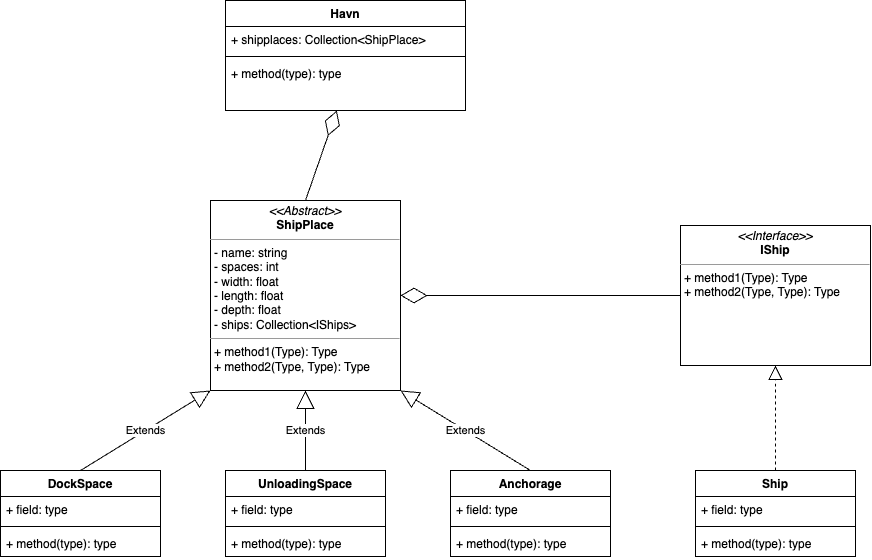
NET-og-Rammeverk-gruppe-MBFS/HavnAPI keeps this draw.io diagram as Untitled Diagram.drawio.png. Above is the earlier version. Source tidied: cells renumbered, new cells last; positions are measured from the earlier drawing's top-left corner, leaving out a move shared by most shapes.
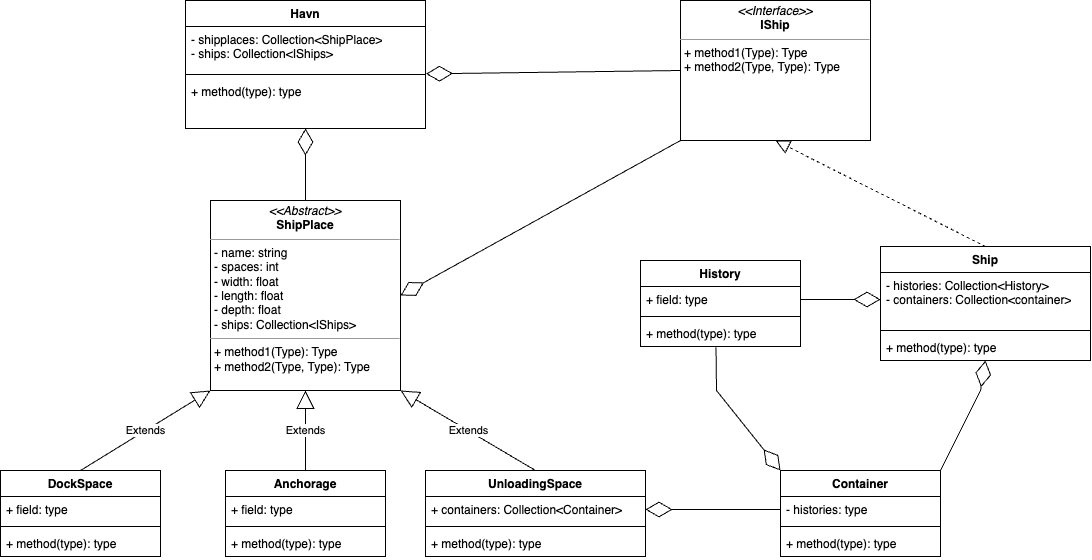
The same diagram one commit later.

Commit message:
La til flere klasser og variabler

What changed in the source:
```diff
@@ -3,19 +3,19 @@
     <mxCell id="0" />
     <mxCell id="1" parent="0" />
     <mxCell id="2" value="&lt;p style=&quot;margin:0px;margin-top:4px;text-align:center;&quot;&gt;&lt;i&gt;&amp;lt;&amp;lt;Interface&amp;gt;&amp;gt;&lt;/i&gt;&lt;br&gt;&lt;b&gt;IShip&lt;/b&gt;&lt;/p&gt;&lt;hr size=&quot;1&quot;&gt;&lt;p style=&quot;margin:0px;margin-left:4px;&quot;&gt;+ method1(Type): Type&lt;br&gt;+ method2(Type, Type): Type&lt;/p&gt;" style="verticalAlign=top;align=left;overflow=fill;fontSize=12;fontFamily=Helvetica;html=1;whiteSpace=wrap;" parent="1" vertex="1">
-      <mxGeometry x="680" y="225" width="190" height="140" as="geometry" />
+      <mxGeometry x="680" width="190" height="140" as="geometry" />
     </mxCell>
     <mxCell id="3" value="Ship" style="swimlane;fontStyle=1;align=center;verticalAlign=top;horizontal=1;startSize=26;whiteSpace=wrap;html=1;" parent="1" vertex="1">
-      <mxGeometry x="695" y="470" width="160" height="86" as="geometry" />
+      <mxGeometry x="880" y="246" width="210" height="114" as="geometry" />
     </mxCell>
-    <mxCell id="4" value="+ field: type" style="text;strokeColor=none;fillColor=none;align=left;verticalAlign=top;spacingLeft=4;spacingRight=4;overflow=hidden;points=[[0,0.5],[1,0.5]];portConstraint=eastwest;whiteSpace=wrap;html=1;" parent="3" vertex="1">
-      <mxGeometry y="26" width="160" height="26" as="geometry" />
+    <mxCell id="4" value="- histories: Collection&amp;lt;History&amp;gt;&lt;br&gt;- containers: Collection&amp;lt;container&amp;gt;" style="text;strokeColor=none;fillColor=none;align=left;verticalAlign=top;spacingLeft=4;spacingRight=4;overflow=hidden;points=[[0,0.5],[1,0.5]];portConstraint=eastwest;whiteSpace=wrap;html=1;" parent="3" vertex="1">
+      <mxGeometry y="26" width="210" height="54" as="geometry" />
     </mxCell>
     <mxCell id="5" style="line;strokeWidth=1;fillColor=none;align=left;verticalAlign=middle;spacingTop=-1;spacingLeft=3;spacingRight=3;labelPosition=right;strokeColor=inherit;" parent="3" vertex="1">
-      <mxGeometry y="52" width="160" height="8" as="geometry" />
+      <mxGeometry y="80" width="210" height="8" as="geometry" />
     </mxCell>
     <mxCell id="6" value="+ method(type): type" style="text;strokeColor=none;fillColor=none;align=left;verticalAlign=top;spacingLeft=4;spacingRight=4;overflow=hidden;whiteSpace=wrap;html=1;" parent="3" vertex="1">
-      <mxGeometry y="60" width="160" height="26" as="geometry" />
+      <mxGeometry y="88" width="210" height="26" as="geometry" />
     </mxCell>
     <mxCell id="7" style="endArrow=block;dashed=1;endFill=0;endSize=12;html=1;rounded=0;entryX=0.5;entryY=1;entryDx=0;entryDy=0;exitX=0.5;exitY=0;exitDx=0;exitDy=0;" parent="1" edge="1" source="3" target="2">
       <mxGeometry relative="1" as="geometry" />
@@ -39,7 +39,7 @@
       <mxGeometry relative="1" as="geometry" />
     </mxCell>
     <mxCell id="14" value="Anchorage" style="swimlane;fontStyle=1;align=center;verticalAlign=top;horizontal=1;startSize=26;whiteSpace=wrap;html=1;" parent="1" vertex="1">
-      <mxGeometry x="450" y="470" width="160" height="86" as="geometry" />
+      <mxGeometry x="225" y="470" width="160" height="86" as="geometry" />
     </mxCell>
     <mxCell id="15" value="+ field: type" style="text;strokeColor=none;fillColor=none;align=left;verticalAlign=top;spacingLeft=4;spacingRight=4;overflow=hidden;whiteSpace=wrap;html=1;" parent="14" vertex="1">
       <mxGeometry y="26" width="160" height="26" as="geometry" />
@@ -50,41 +50,88 @@
     <mxCell id="17" value="+ method(type): type" style="text;strokeColor=none;fillColor=none;align=left;verticalAlign=top;spacingLeft=4;spacingRight=4;overflow=hidden;whiteSpace=wrap;html=1;" parent="14" vertex="1">
       <mxGeometry y="60" width="160" height="26" as="geometry" />
     </mxCell>
-    <mxCell id="18" value="Extends" style="endArrow=block;endSize=16;endFill=0;html=1;rounded=0;exitX=0.5;exitY=0;exitDx=0;exitDy=0;entryX=1;entryY=1;entryDx=0;entryDy=0;" parent="1" edge="1" source="14" target="8">
+    <mxCell id="18" value="Extends" style="endArrow=block;endSize=16;endFill=0;html=1;rounded=0;exitX=0.5;exitY=0;exitDx=0;exitDy=0;entryX=0.5;entryY=1;entryDx=0;entryDy=0;" parent="1" edge="1" source="14" target="8">
       <mxGeometry relative="1" as="geometry" />
     </mxCell>
     <mxCell id="19" value="UnloadingSpace" style="swimlane;fontStyle=1;align=center;verticalAlign=top;horizontal=1;startSize=26;whiteSpace=wrap;html=1;" parent="1" vertex="1">
-      <mxGeometry x="225" y="470" width="160" height="86" as="geometry" />
+      <mxGeometry x="425" y="470" width="220" height="86" as="geometry" />
     </mxCell>
-    <mxCell id="20" value="+ field: type" style="text;strokeColor=none;fillColor=none;align=left;verticalAlign=top;spacingLeft=4;spacingRight=4;overflow=hidden;points=[[0,0.5],[1,0.5]];portConstraint=eastwest;whiteSpace=wrap;html=1;" parent="19" vertex="1">
-      <mxGeometry y="26" width="160" height="26" as="geometry" />
+    <mxCell id="20" value="+ containers: Collection&amp;lt;Container&amp;gt;" style="text;strokeColor=none;fillColor=none;align=left;verticalAlign=top;spacingLeft=4;spacingRight=4;overflow=hidden;points=[[0,0.5],[1,0.5]];portConstraint=eastwest;whiteSpace=wrap;html=1;" parent="19" vertex="1">
+      <mxGeometry y="26" width="220" height="26" as="geometry" />
     </mxCell>
     <mxCell id="21" style="line;strokeWidth=1;fillColor=none;align=left;verticalAlign=middle;spacingTop=-1;spacingLeft=3;spacingRight=3;labelPosition=right;strokeColor=inherit;" parent="19" vertex="1">
-      <mxGeometry y="52" width="160" height="8" as="geometry" />
+      <mxGeometry y="52" width="220" height="8" as="geometry" />
     </mxCell>
     <mxCell id="22" value="+ method(type): type" style="text;strokeColor=none;fillColor=none;align=left;verticalAlign=top;spacingLeft=4;spacingRight=4;overflow=hidden;whiteSpace=wrap;html=1;" parent="19" vertex="1">
-      <mxGeometry y="60" width="160" height="26" as="geometry" />
+      <mxGeometry y="60" width="220" height="26" as="geometry" />
     </mxCell>
-    <mxCell id="23" value="Extends" style="endArrow=block;endSize=16;endFill=0;html=1;rounded=0;exitX=0.5;exitY=0;exitDx=0;exitDy=0;entryX=0.5;entryY=1;entryDx=0;entryDy=0;" parent="1" edge="1" source="19" target="8">
+    <mxCell id="23" value="Extends" style="endArrow=block;endSize=16;endFill=0;html=1;rounded=0;exitX=0.5;exitY=0;exitDx=0;exitDy=0;entryX=1;entryY=1;entryDx=0;entryDy=0;" parent="1" edge="1" source="19" target="8">
       <mxGeometry relative="1" as="geometry" />
     </mxCell>
     <mxCell id="24" value="Havn" style="swimlane;fontStyle=1;align=center;verticalAlign=top;horizontal=1;startSize=26;whiteSpace=wrap;html=1;" parent="1" vertex="1">
-      <mxGeometry x="225" width="240" height="110" as="geometry" />
+      <mxGeometry x="185" width="240" height="128" as="geometry" />
     </mxCell>
-    <mxCell id="25" value="+ shipplaces: Collection&amp;lt;ShipPlace&amp;gt;&amp;nbsp;" style="text;strokeColor=none;fillColor=none;align=left;verticalAlign=top;spacingLeft=4;spacingRight=4;overflow=hidden;whiteSpace=wrap;html=1;" parent="24" vertex="1">
-      <mxGeometry y="26" width="240" height="26" as="geometry" />
+    <mxCell id="25" value="- shipplaces: Collection&amp;lt;ShipPlace&amp;gt;&lt;br&gt;- ships: Collection&amp;lt;IShips&amp;gt;" style="text;strokeColor=none;fillColor=none;align=left;verticalAlign=top;spacingLeft=4;spacingRight=4;overflow=hidden;whiteSpace=wrap;html=1;" parent="24" vertex="1">
+      <mxGeometry y="26" width="240" height="44" as="geometry" />
     </mxCell>
     <mxCell id="26" style="line;strokeWidth=1;fillColor=none;align=left;verticalAlign=middle;spacingTop=-1;spacingLeft=3;spacingRight=3;labelPosition=right;strokeColor=inherit;" parent="24" vertex="1">
-      <mxGeometry y="52" width="240" height="8" as="geometry" />
+      <mxGeometry y="70" width="240" height="8" as="geometry" />
     </mxCell>
     <mxCell id="27" value="+ method(type): type" style="text;strokeColor=none;fillColor=none;align=left;verticalAlign=top;spacingLeft=4;spacingRight=4;overflow=hidden;points=[[0,0.5],[1,0.5]];portConstraint=eastwest;whiteSpace=wrap;html=1;" parent="24" vertex="1">
-      <mxGeometry y="60" width="240" height="50" as="geometry" />
+      <mxGeometry y="78" width="240" height="50" as="geometry" />
     </mxCell>
     <mxCell id="28" style="endArrow=diamondThin;endFill=0;endSize=24;html=1;rounded=0;exitX=0.5;exitY=0;exitDx=0;exitDy=0;" parent="1" edge="1" source="8" target="27">
       <mxGeometry relative="1" as="geometry" />
     </mxCell>
-    <mxCell id="29" style="endArrow=diamondThin;endFill=0;endSize=24;html=1;rounded=0;entryX=1;entryY=0.5;entryDx=0;entryDy=0;exitX=0;exitY=0.5;exitDx=0;exitDy=0;" parent="1" edge="1" source="2" target="8">
+    <mxCell id="29" style="endArrow=diamondThin;endFill=0;endSize=24;html=1;rounded=0;entryX=1;entryY=0.5;entryDx=0;entryDy=0;exitX=0;exitY=1;exitDx=0;exitDy=0;" parent="1" edge="1" source="2" target="8">
       <mxGeometry relative="1" as="geometry" />
     </mxCell>
+    <mxCell id="30" style="endArrow=diamondThin;endFill=0;endSize=24;html=1;rounded=0;entryX=1.002;entryY=-0.093;entryDx=0;entryDy=0;entryPerimeter=0;exitX=0;exitY=0.5;exitDx=0;exitDy=0;" parent="1" edge="1" source="2" target="27">
+      <mxGeometry relative="1" as="geometry" />
+    </mxCell>
+    <mxCell id="31" value="History" style="swimlane;fontStyle=1;align=center;verticalAlign=top;horizontal=1;startSize=26;whiteSpace=wrap;html=1;" parent="1" vertex="1">
+      <mxGeometry x="640" y="260" width="160" height="86" as="geometry" />
+    </mxCell>
+    <mxCell id="32" value="+ field: type" style="text;strokeColor=none;fillColor=none;align=left;verticalAlign=top;spacingLeft=4;spacingRight=4;overflow=hidden;points=[[0,0.5],[1,0.5]];portConstraint=eastwest;whiteSpace=wrap;html=1;" parent="31" vertex="1">
+      <mxGeometry y="26" width="160" height="26" as="geometry" />
+    </mxCell>
+    <mxCell id="33" style="line;strokeWidth=1;fillColor=none;align=left;verticalAlign=middle;spacingTop=-1;spacingLeft=3;spacingRight=3;labelPosition=right;strokeColor=inherit;" parent="31" vertex="1">
+      <mxGeometry y="52" width="160" height="8" as="geometry" />
+    </mxCell>
+    <mxCell id="34" value="+ method(type): type" style="text;strokeColor=none;fillColor=none;align=left;verticalAlign=top;spacingLeft=4;spacingRight=4;overflow=hidden;points=[[0,0.5],[1,0.5]];portConstraint=eastwest;whiteSpace=wrap;html=1;" parent="31" vertex="1">
+      <mxGeometry y="60" width="160" height="26" as="geometry" />
+    </mxCell>
+    <mxCell id="35" style="endArrow=diamondThin;endFill=0;endSize=24;html=1;rounded=0;entryX=0;entryY=0.5;entryDx=0;entryDy=0;exitX=1;exitY=0.5;exitDx=0;exitDy=0;" parent="1" edge="1" source="32" target="4">
+      <mxGeometry relative="1" as="geometry" />
+    </mxCell>
+    <mxCell id="36" value="Container" style="swimlane;fontStyle=1;align=center;verticalAlign=top;horizontal=1;startSize=26;whiteSpace=wrap;html=1;" parent="1" vertex="1">
+      <mxGeometry x="780" y="470" width="160" height="86" as="geometry" />
+    </mxCell>
+    <mxCell id="37" value="- histories: type" style="text;strokeColor=none;fillColor=none;align=left;verticalAlign=top;spacingLeft=4;spacingRight=4;overflow=hidden;points=[[0,0.5],[1,0.5]];portConstraint=eastwest;whiteSpace=wrap;html=1;" parent="36" vertex="1">
+      <mxGeometry y="26" width="160" height="26" as="geometry" />
+    </mxCell>
+    <mxCell id="38" style="line;strokeWidth=1;fillColor=none;align=left;verticalAlign=middle;spacingTop=-1;spacingLeft=3;spacingRight=3;labelPosition=right;strokeColor=inherit;" parent="36" vertex="1">
+      <mxGeometry y="52" width="160" height="8" as="geometry" />
+    </mxCell>
+    <mxCell id="39" value="+ method(type): type" style="text;strokeColor=none;fillColor=none;align=left;verticalAlign=top;spacingLeft=4;spacingRight=4;overflow=hidden;whiteSpace=wrap;html=1;" parent="36" vertex="1">
+      <mxGeometry y="60" width="160" height="26" as="geometry" />
+    </mxCell>
+    <mxCell id="40" style="endArrow=diamondThin;endFill=0;endSize=24;html=1;rounded=0;entryX=0;entryY=0;entryDx=0;entryDy=0;exitX=0.472;exitY=1.025;exitDx=0;exitDy=0;exitPerimeter=0;" parent="1" edge="1" source="34" target="36">
+      <mxGeometry relative="1" as="geometry">
+        <Array as="points">
+          <mxPoint x="716" y="390" />
+        </Array>
+      </mxGeometry>
+    </mxCell>
+    <mxCell id="41" style="endArrow=diamondThin;endFill=0;endSize=24;html=1;rounded=0;exitX=0;exitY=0.5;exitDx=0;exitDy=0;entryX=1;entryY=0.5;entryDx=0;entryDy=0;" parent="1" edge="1" source="37" target="20">
+      <mxGeometry relative="1" as="geometry" />
+    </mxCell>
+    <mxCell id="42" style="endArrow=diamondThin;endFill=0;endSize=24;html=1;rounded=0;exitX=1;exitY=0;exitDx=0;exitDy=0;entryX=0.5;entryY=1;entryDx=0;entryDy=0;" parent="1" edge="1" source="36" target="3">
+      <mxGeometry relative="1" as="geometry">
+        <Array as="points">
+          <mxPoint x="980" y="390" />
+        </Array>
+      </mxGeometry>
+    </mxCell>
   </root>
 </mxGraphModel>
```
